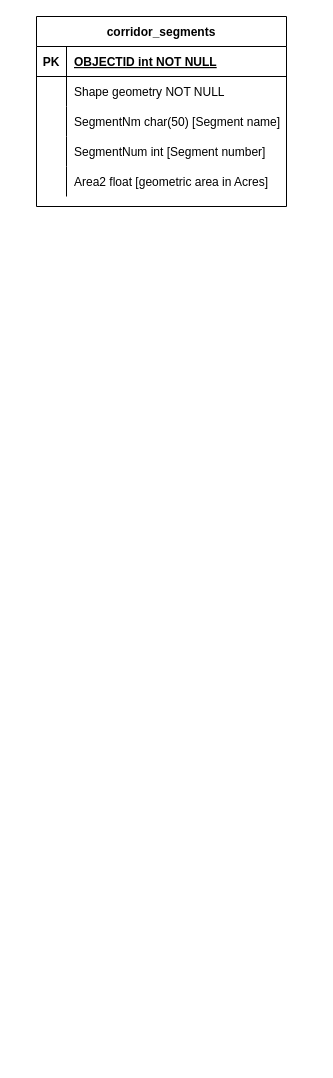
renaissanceplanning/LCBRT_TOD keeps this draw.io diagram as page "corridor_segments" (4 of 9) of LCBRT_DataDiagram.drawio. Above is the earlier version. Source tidied: cells renumbered, new cells numbered last; positions are measured from the earlier drawing's top-left corner, leaving out a move shared by most shapes. Both pictures are drawn from the tidied source at 100%, with x=0, y=0 at pixel (36, 16).
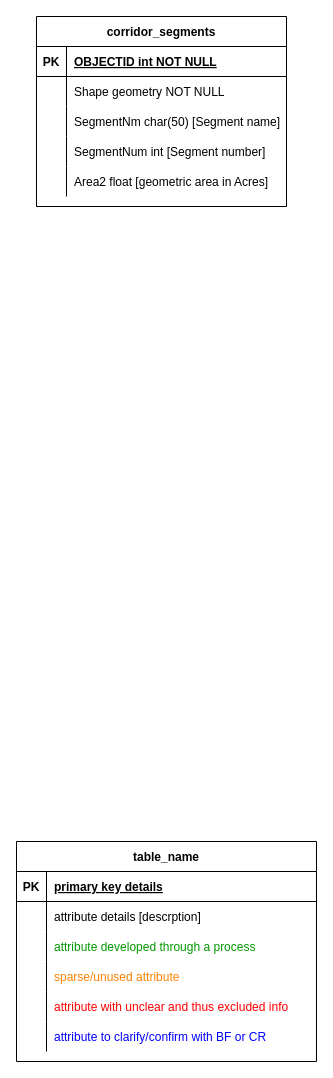
The same page after the edit.

The edit, as a diff of the source:
```diff
@@
+    <mxCell id="18" value="table_name" style="shape=table;startSize=30;childLayout=tableLayout;rowLines=0;fontStyle=1;align=center;" parent="1" vertex="1">
+      <mxGeometry x="-20" y="825" width="300" height="220" as="geometry" />
+    </mxCell>
+    <mxCell id="19" style="shape=partialRectangle;fillColor=none;top=0;left=0;right=0;bottom=1;" parent="18" vertex="1">
+      <mxGeometry y="30" width="300" height="30" as="geometry" />
+    </mxCell>
+    <mxCell id="20" value="PK" style="shape=partialRectangle;overflow=hidden;fillColor=none;top=0;left=0;bottom=0;right=0;fontStyle=1;" parent="19" vertex="1">
+      <mxGeometry width="30" height="30" as="geometry" />
+    </mxCell>
+    <mxCell id="21" value="primary key details" style="shape=partialRectangle;overflow=hidden;fillColor=none;top=0;left=0;bottom=0;right=0;align=left;spacingLeft=6;fontStyle=5;" parent="19" vertex="1">
+      <mxGeometry x="30" width="270" height="30" as="geometry" />
+    </mxCell>
+    <mxCell id="22" style="shape=partialRectangle;fillColor=none;top=0;left=0;right=0;bottom=0;" parent="18" vertex="1">
+      <mxGeometry y="60" width="300" height="30" as="geometry" />
+    </mxCell>
+    <mxCell id="23" style="shape=partialRectangle;overflow=hidden;fillColor=none;top=0;left=0;bottom=0;right=0;" parent="22" vertex="1">
+      <mxGeometry width="30" height="30" as="geometry" />
+    </mxCell>
+    <mxCell id="24" value="attribute details [descrption]" style="shape=partialRectangle;overflow=hidden;fillColor=none;top=0;left=0;bottom=0;right=0;align=left;spacingLeft=6;" parent="22" vertex="1">
+      <mxGeometry x="30" width="270" height="30" as="geometry" />
+    </mxCell>
+    <mxCell id="25" style="shape=partialRectangle;fillColor=none;top=0;left=0;right=0;bottom=0;fontColor=#009900;" parent="18" vertex="1">
+      <mxGeometry y="90" width="300" height="30" as="geometry" />
+    </mxCell>
+    <mxCell id="26" style="shape=partialRectangle;overflow=hidden;fillColor=none;top=0;left=0;bottom=0;right=0;" parent="25" vertex="1">
+      <mxGeometry width="30" height="30" as="geometry" />
+    </mxCell>
+    <mxCell id="27" value="attribute developed through a process" style="shape=partialRectangle;overflow=hidden;fillColor=none;top=0;left=0;bottom=0;right=0;align=left;spacingLeft=6;strokeColor=#009900;fontColor=#009900;" parent="25" vertex="1">
+      <mxGeometry x="30" width="270" height="30" as="geometry" />
+    </mxCell>
+    <mxCell id="28" style="shape=partialRectangle;fillColor=none;top=0;left=0;right=0;bottom=0;" parent="18" vertex="1">
+      <mxGeometry y="120" width="300" height="30" as="geometry" />
+    </mxCell>
+    <mxCell id="29" style="shape=partialRectangle;overflow=hidden;fillColor=none;top=0;left=0;bottom=0;right=0;" parent="28" vertex="1">
+      <mxGeometry width="30" height="30" as="geometry" />
+    </mxCell>
+    <mxCell id="30" value="sparse/unused attribute" style="shape=partialRectangle;overflow=hidden;fillColor=none;top=0;left=0;bottom=0;right=0;align=left;spacingLeft=6;fontColor=#FF8000;" parent="28" vertex="1">
+      <mxGeometry x="30" width="270" height="30" as="geometry" />
+    </mxCell>
+    <mxCell id="31" style="shape=partialRectangle;fillColor=none;top=0;left=0;right=0;bottom=0;" parent="18" vertex="1">
+      <mxGeometry y="150" width="300" height="30" as="geometry" />
+    </mxCell>
+    <mxCell id="32" style="shape=partialRectangle;overflow=hidden;fillColor=none;top=0;left=0;bottom=0;right=0;" parent="31" vertex="1">
+      <mxGeometry width="30" height="30" as="geometry" />
+    </mxCell>
+    <mxCell id="33" value="attribute with unclear and thus excluded info" style="shape=partialRectangle;overflow=hidden;fillColor=none;top=0;left=0;bottom=0;right=0;align=left;spacingLeft=6;fontColor=#FF0000;" parent="31" vertex="1">
+      <mxGeometry x="30" width="270" height="30" as="geometry" />
+    </mxCell>
+    <mxCell id="34" style="shape=partialRectangle;fillColor=none;top=0;left=0;right=0;bottom=0;" parent="18" vertex="1">
+      <mxGeometry y="180" width="300" height="30" as="geometry" />
+    </mxCell>
+    <mxCell id="35" style="shape=partialRectangle;overflow=hidden;fillColor=none;top=0;left=0;bottom=0;right=0;" parent="34" vertex="1">
+      <mxGeometry width="30" height="30" as="geometry" />
+    </mxCell>
+    <mxCell id="36" value="attribute to clarify/confirm with BF or CR" style="shape=partialRectangle;overflow=hidden;fillColor=none;top=0;left=0;bottom=0;right=0;align=left;spacingLeft=6;fontColor=#0000FF;" parent="34" vertex="1">
+      <mxGeometry x="30" width="270" height="30" as="geometry" />
+    </mxCell>
```
